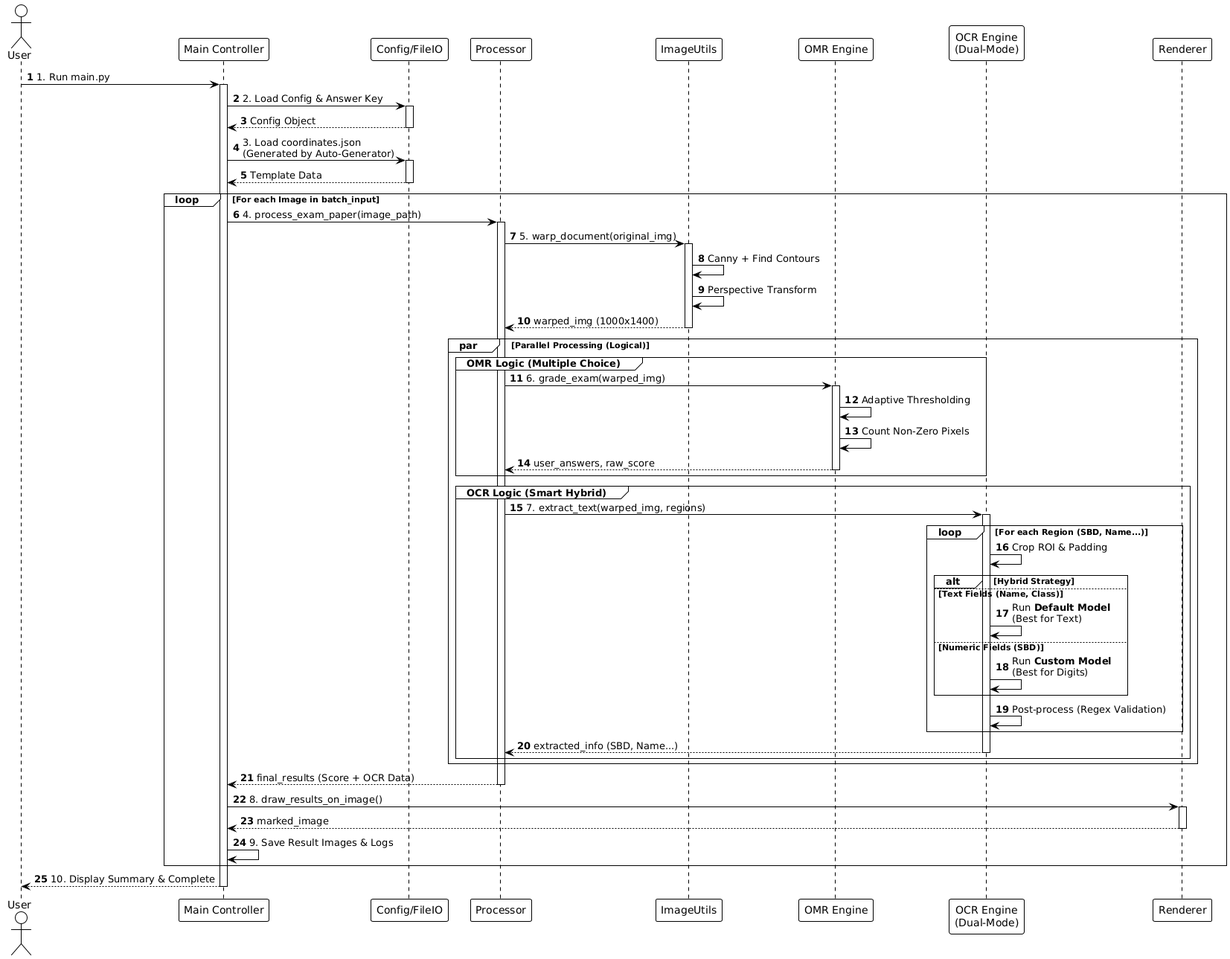
The PlantUML diagram report/images/sequence_diagram.png in Minsun1503/PTXLA, before a commit.
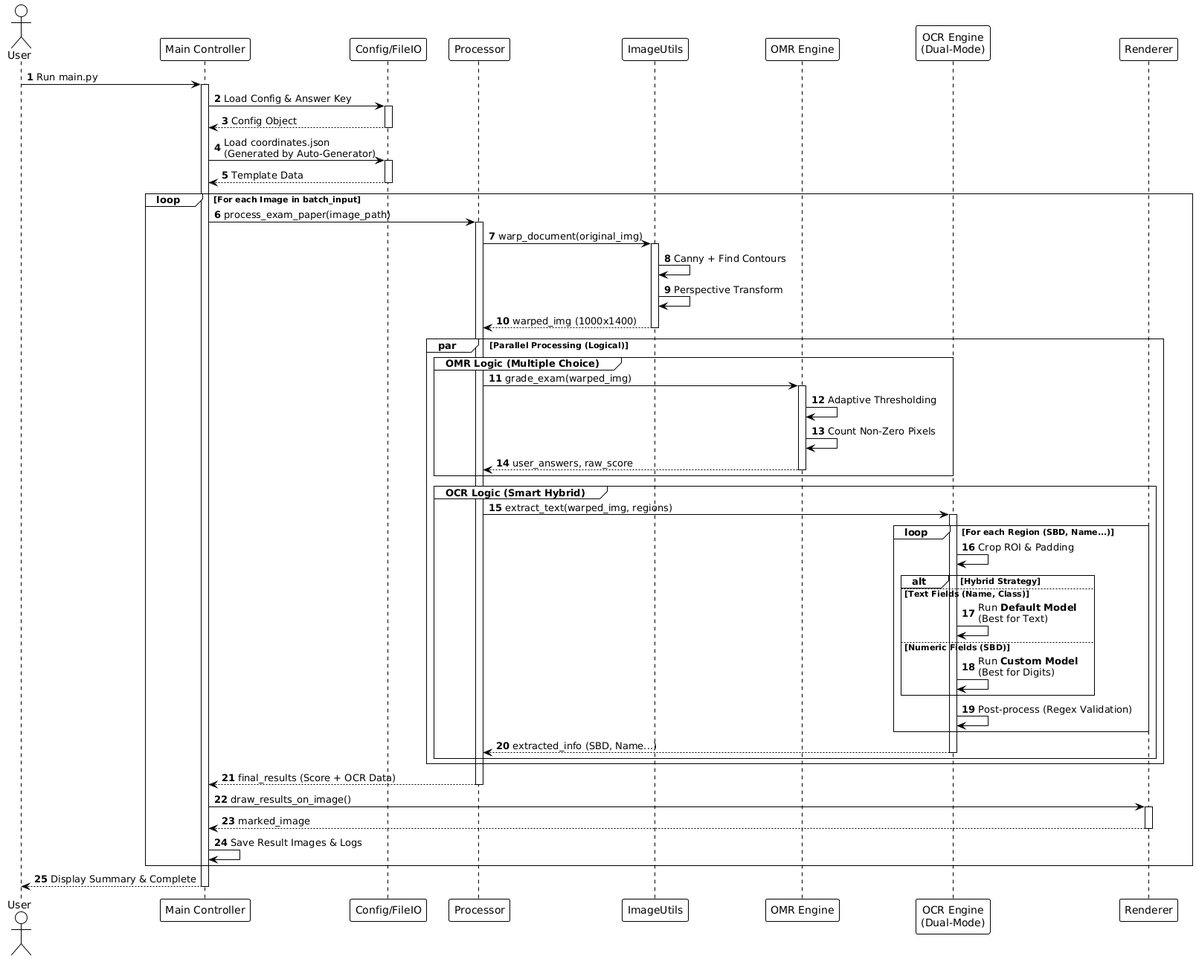
Later version of the same file.

Commit message:
Auto deploy update - Thu 01/22/2026 16:37:34.38

Diff of the diagram source:
```diff
@@ -11,24 +11,24 @@
 participant "OCR Engine\n(Dual-Mode)" as OCR
 participant "Renderer" as View
 
-User -> Main: 1. Run main.py
+User -> Main: Run main.py
 activate Main
 
-Main -> Config: 2. Load Config & Answer Key
+Main -> Config: Load Config & Answer Key
 activate Config
 Config --> Main: Config Object
 deactivate Config
 
-Main -> Config: 3. Load coordinates.json\n(Generated by Auto-Generator)
+Main -> Config: Load coordinates.json\n(Generated by Auto-Generator)
 activate Config
 Config --> Main: Template Data
 deactivate Config
 
 loop For each Image in batch_input
-    Main -> Proc: 4. process_exam_paper(image_path)
+    Main -> Proc: process_exam_paper(image_path)
     activate Proc
 
-    Proc -> ImgUtils: 5. warp_document(original_img)
+    Proc -> ImgUtils: warp_document(original_img)
     activate ImgUtils
     ImgUtils -> ImgUtils: Canny + Find Contours
     ImgUtils -> ImgUtils: Perspective Transform
@@ -37,7 +37,7 @@
 
     par Parallel Processing (Logical)
         group OMR Logic (Multiple Choice)
-            Proc -> OMR: 6. grade_exam(warped_img)
+            Proc -> OMR: grade_exam(warped_img)
             activate OMR
             OMR -> OMR: Adaptive Thresholding
             OMR -> OMR: Count Non-Zero Pixels
@@ -46,7 +46,7 @@
         end
 
         group OCR Logic (Smart Hybrid)
-            Proc -> OCR: 7. extract_text(warped_img, regions)
+            Proc -> OCR: extract_text(warped_img, regions)
             activate OCR
 
             loop For each Region (SBD, Name...)
@@ -70,14 +70,14 @@
     Proc --> Main: final_results (Score + OCR Data)
     deactivate Proc
 
-    Main -> View: 8. draw_results_on_image()
+    Main -> View: draw_results_on_image()
     activate View
     View --> Main: marked_image
     deactivate View
 
-    Main -> Main: 9. Save Result Images & Logs
+    Main -> Main: Save Result Images & Logs
 end
 
-Main --> User: 10. Display Summary & Complete
+Main --> User: Display Summary & Complete
 deactivate Main
 @enduml
```
